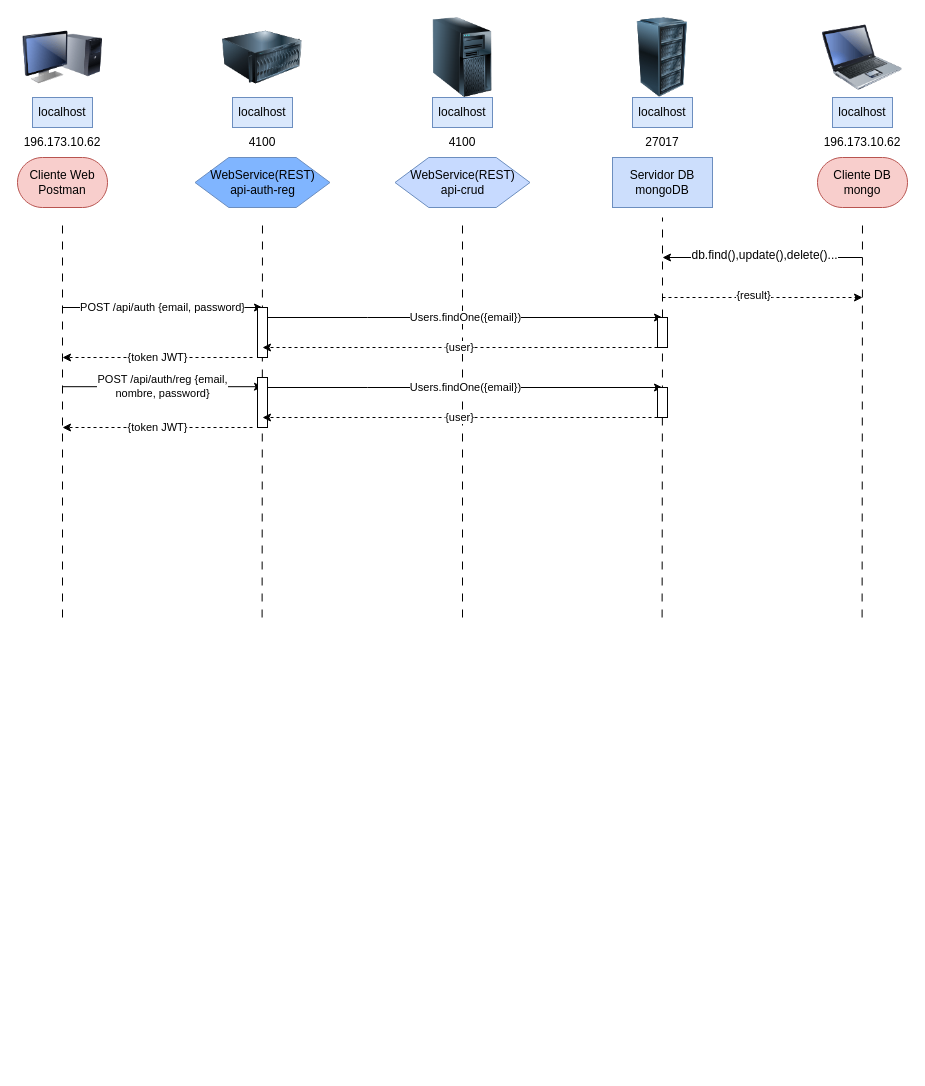
The draw.io diagram Diagrama de Secuencia.drawio in AceDen97/SD, before the edit. Source tidied: cells renumbered, new cells numbered last; positions are measured from the earlier drawing's top-left corner, leaving out a move shared by most shapes. Both pictures are drawn from the tidied source at 100%, with x=0, y=0 at pixel (17, 17).
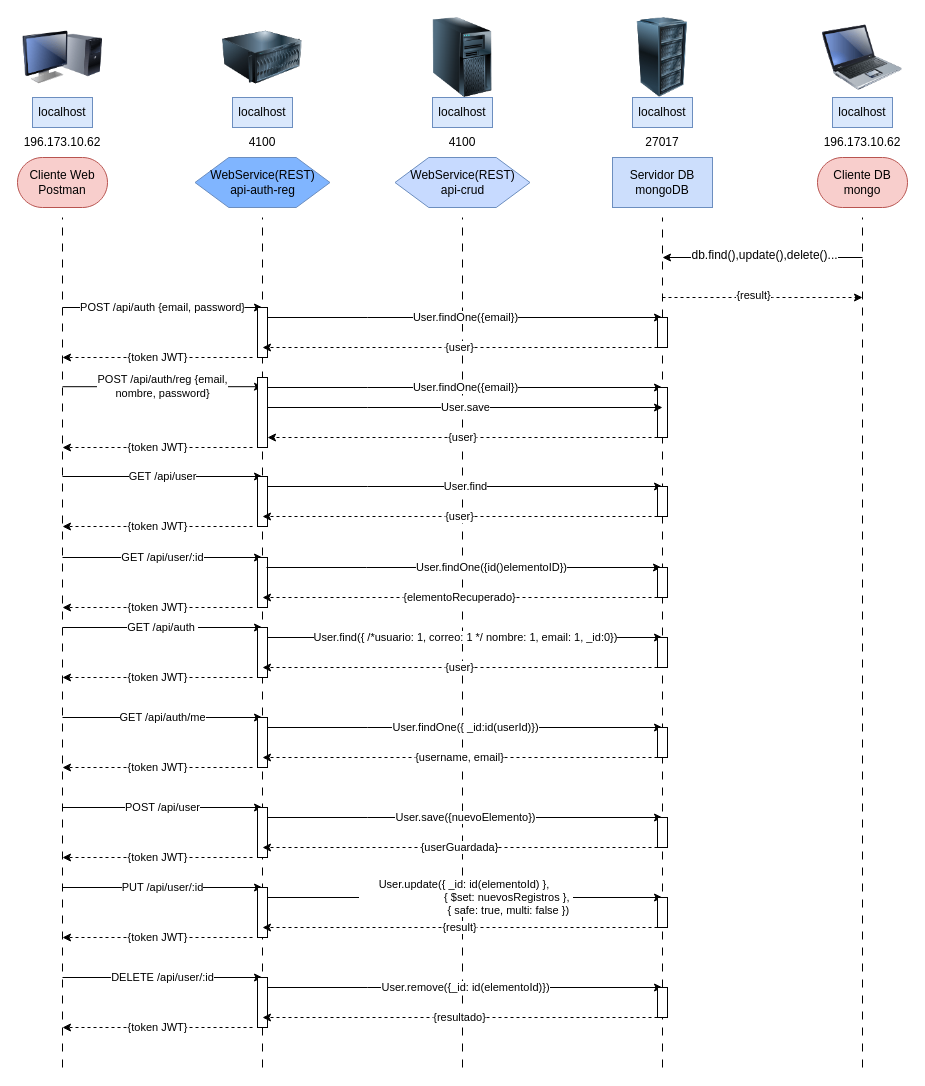
After the change.

Unchanged cells that the change refers to:
```xml
<mxCell id="35" style="rounded=0;whiteSpace=wrap;html=1;" parent="1" vertex="1">
  <mxGeometry x="640" y="300" width="10" height="30" as="geometry" />
</mxCell>
```

The edit, as a diff of the source:
```diff
@@
     <mxCell id="7" style="endArrow=none;dashed=1;html=1;rounded=0;dashPattern=8 8;" parent="1" edge="1">
       <mxGeometry relative="1" as="geometry">
-        <mxPoint x="45" y="600" as="sourcePoint" />
+        <mxPoint x="45" y="1050" as="sourcePoint" />
         <mxPoint x="45" y="200" as="targetPoint" />
       </mxGeometry>
     </mxCell>
     <mxCell id="8" style="endArrow=none;dashed=1;html=1;rounded=0;dashPattern=8 8;" parent="1" edge="1">
       <mxGeometry relative="1" as="geometry">
-        <mxPoint x="244.6" y="600" as="sourcePoint" />
+        <mxPoint x="245" y="1050" as="sourcePoint" />
         <mxPoint x="245" y="200" as="targetPoint" />
       </mxGeometry>
     </mxCell>
     <mxCell id="9" style="endArrow=none;dashed=1;html=1;rounded=0;dashPattern=8 8;" parent="1" edge="1">
       <mxGeometry relative="1" as="geometry">
-        <mxPoint x="445" y="600" as="sourcePoint" />
+        <mxPoint x="445" y="1050" as="sourcePoint" />
         <mxPoint x="445" y="200" as="targetPoint" />
       </mxGeometry>
     </mxCell>
@@
     <mxCell id="11" style="endArrow=none;dashed=1;html=1;rounded=0;dashPattern=8 8;" parent="1" edge="1">
       <mxGeometry relative="1" as="geometry">
-        <mxPoint x="844.6" y="600" as="sourcePoint" />
+        <mxPoint x="845" y="1050" as="sourcePoint" />
         <mxPoint x="845" y="200" as="targetPoint" />
       </mxGeometry>
     </mxCell>
@@
-    <mxCell id="33" value="Users.findOne({email})" style="endArrow=classic;html=1;rounded=0;" parent="1" edge="1">
+    <mxCell id="33" value="User.findOne({email})" style="endArrow=classic;html=1;rounded=0;" parent="1" edge="1">
       <mxGeometry relative="1" as="geometry">
         <mxPoint x="250" y="300" as="sourcePoint" />
         <mxPoint x="645" y="300" as="targetPoint" />
         <Array as="points">
           <mxPoint x="350" y="300" />
         </Array>
       </mxGeometry>
     </mxCell>
     <mxCell id="34" style="endArrow=none;dashed=1;html=1;rounded=0;dashPattern=8 8;" parent="1" edge="1" target="35">
       <mxGeometry relative="1" as="geometry">
-        <mxPoint x="644.6" y="600" as="sourcePoint" />
+        <mxPoint x="645" y="1050" as="sourcePoint" />
       </mxGeometry>
     </mxCell>
@@
     <mxCell id="39" style="rounded=0;whiteSpace=wrap;html=1;" parent="1" vertex="1">
-      <mxGeometry x="240" y="360" width="10" height="50" as="geometry" />
+      <mxGeometry x="240" y="360" width="10" height="70" as="geometry" />
     </mxCell>
-    <mxCell id="40" value="Users.findOne({email})" style="endArrow=classic;html=1;rounded=0;" parent="1" edge="1">
+    <mxCell id="40" value="User.findOne({email})" style="endArrow=classic;html=1;rounded=0;" parent="1" edge="1">
       <mxGeometry relative="1" as="geometry">
         <mxPoint x="250" y="370" as="sourcePoint" />
         <mxPoint x="645" y="370" as="targetPoint" />
         <Array as="points">
           <mxPoint x="350" y="370" />
         </Array>
       </mxGeometry>
     </mxCell>
     <mxCell id="41" style="rounded=0;whiteSpace=wrap;html=1;" parent="1" vertex="1">
-      <mxGeometry x="640" y="370" width="10" height="30" as="geometry" />
+      <mxGeometry x="640" y="370" width="10" height="50" as="geometry" />
     </mxCell>
-    <mxCell id="42" value="{user}" style="endArrow=classic;html=1;rounded=0;exitX=0;exitY=1;exitDx=0;exitDy=0;dashed=1;" parent="1" edge="1" source="41">
+    <mxCell id="42" value="{user}" style="endArrow=classic;html=1;rounded=0;dashed=1;exitX=0;exitY=1;exitDx=0;exitDy=0;" parent="1" edge="1" source="41">
       <mxGeometry relative="1" as="geometry">
-        <mxPoint x="245" y="400" as="targetPoint" />
+        <mxPoint x="250" y="420" as="targetPoint" />
+        <Array as="points">
+          <mxPoint x="520" y="420" />
+        </Array>
       </mxGeometry>
     </mxCell>
     <mxCell id="43" value="{token JWT}" style="endArrow=classic;html=1;rounded=0;dashed=1;" parent="1" edge="1">
       <mxGeometry relative="1" as="geometry">
-        <mxPoint x="235" y="410" as="sourcePoint" />
-        <mxPoint x="45" y="410" as="targetPoint" />
+        <mxPoint x="235" y="430" as="sourcePoint" />
+        <mxPoint x="45" y="430" as="targetPoint" />
       </mxGeometry>
     </mxCell>
+    <mxCell id="44" value="User.save" style="endArrow=classic;html=1;rounded=0;" parent="1" edge="1">
+      <mxGeometry relative="1" as="geometry">
+        <mxPoint x="250" y="390" as="sourcePoint" />
+        <mxPoint x="645" y="390" as="targetPoint" />
+        <Array as="points">
+          <mxPoint x="350" y="390" />
+        </Array>
+      </mxGeometry>
+    </mxCell>
+    <mxCell id="45" value="GET /api/user" style="endArrow=classic;html=1;rounded=0;" parent="1" edge="1">
+      <mxGeometry relative="1" as="geometry">
+        <mxPoint x="45" y="459" as="sourcePoint" />
+        <mxPoint x="245" y="459" as="targetPoint" />
+        <Array as="points">
+          <mxPoint x="145" y="459" />
+        </Array>
+      </mxGeometry>
+    </mxCell>
+    <mxCell id="46" style="rounded=0;whiteSpace=wrap;html=1;" parent="1" vertex="1">
+      <mxGeometry x="240" y="459" width="10" height="50" as="geometry" />
+    </mxCell>
+    <mxCell id="47" value="User.find" style="endArrow=classic;html=1;rounded=0;" parent="1" edge="1">
+      <mxGeometry relative="1" as="geometry">
+        <mxPoint x="250" y="469" as="sourcePoint" />
+        <mxPoint x="645" y="469" as="targetPoint" />
+        <Array as="points">
+          <mxPoint x="350" y="469" />
+        </Array>
+      </mxGeometry>
+    </mxCell>
+    <mxCell id="48" style="rounded=0;whiteSpace=wrap;html=1;" parent="1" vertex="1">
+      <mxGeometry x="640" y="469" width="10" height="30" as="geometry" />
+    </mxCell>
+    <mxCell id="49" value="{user}" style="endArrow=classic;html=1;rounded=0;exitX=0;exitY=1;exitDx=0;exitDy=0;dashed=1;" parent="1" edge="1" source="48">
+      <mxGeometry relative="1" as="geometry">
+        <mxPoint x="245" y="499" as="targetPoint" />
+      </mxGeometry>
+    </mxCell>
+    <mxCell id="50" value="{token JWT}" style="endArrow=classic;html=1;rounded=0;dashed=1;" parent="1" edge="1">
+      <mxGeometry relative="1" as="geometry">
+        <mxPoint x="235" y="509" as="sourcePoint" />
+        <mxPoint x="45" y="509" as="targetPoint" />
+      </mxGeometry>
+    </mxCell>
+    <mxCell id="51" value="GET /api/user/:id" style="endArrow=classic;html=1;rounded=0;" parent="1" edge="1">
+      <mxGeometry relative="1" as="geometry">
+        <mxPoint x="45" y="540" as="sourcePoint" />
+        <mxPoint x="245" y="540" as="targetPoint" />
+        <Array as="points">
+          <mxPoint x="145" y="540" />
+        </Array>
+      </mxGeometry>
+    </mxCell>
+    <mxCell id="52" style="rounded=0;whiteSpace=wrap;html=1;" parent="1" vertex="1">
+      <mxGeometry x="240" y="540" width="10" height="50" as="geometry" />
+    </mxCell>
+    <mxCell id="53" value="User.findOne({id()elementoID})" style="endArrow=classic;html=1;rounded=0;" parent="1" edge="1">
+      <mxGeometry x="0.14" relative="1" as="geometry">
+        <mxPoint x="249" y="550" as="sourcePoint" />
+        <mxPoint x="644" y="550" as="targetPoint" />
+        <Array as="points">
+          <mxPoint x="349" y="550" />
+        </Array>
+      </mxGeometry>
+    </mxCell>
+    <mxCell id="54" style="rounded=0;whiteSpace=wrap;html=1;" parent="1" vertex="1">
+      <mxGeometry x="640" y="550" width="10" height="30" as="geometry" />
+    </mxCell>
+    <mxCell id="55" value="{elementoRecuperado}" style="endArrow=classic;html=1;rounded=0;exitX=0;exitY=1;exitDx=0;exitDy=0;dashed=1;" parent="1" edge="1" source="54">
+      <mxGeometry relative="1" as="geometry">
+        <mxPoint x="245" y="580" as="targetPoint" />
+      </mxGeometry>
+    </mxCell>
+    <mxCell id="56" value="{token JWT}" style="endArrow=classic;html=1;rounded=0;dashed=1;" parent="1" edge="1">
+      <mxGeometry relative="1" as="geometry">
+        <mxPoint x="235" y="590" as="sourcePoint" />
+        <mxPoint x="45" y="590" as="targetPoint" />
+      </mxGeometry>
+    </mxCell>
+    <mxCell id="57" value="GET /api/auth&amp;nbsp;" style="endArrow=classic;html=1;rounded=0;" parent="1" edge="1">
+      <mxGeometry relative="1" as="geometry">
+        <mxPoint x="45" y="610" as="sourcePoint" />
+        <mxPoint x="245" y="610" as="targetPoint" />
+        <Array as="points">
+          <mxPoint x="145" y="610" />
+        </Array>
+      </mxGeometry>
+    </mxCell>
+    <mxCell id="58" style="rounded=0;whiteSpace=wrap;html=1;" parent="1" vertex="1">
+      <mxGeometry x="240" y="610" width="10" height="50" as="geometry" />
+    </mxCell>
+    <mxCell id="59" value="User.find({ /*usuario: 1, correo: 1 */ nombre: 1, email: 1, _id:0})" style="endArrow=classic;html=1;rounded=0;" parent="1" edge="1">
+      <mxGeometry relative="1" as="geometry">
+        <mxPoint x="250" y="620" as="sourcePoint" />
+        <mxPoint x="645" y="620" as="targetPoint" />
+        <Array as="points">
+          <mxPoint x="350" y="620" />
+        </Array>
+      </mxGeometry>
+    </mxCell>
+    <mxCell id="60" style="rounded=0;whiteSpace=wrap;html=1;" parent="1" vertex="1">
+      <mxGeometry x="640" y="620" width="10" height="30" as="geometry" />
+    </mxCell>
+    <mxCell id="61" value="{user}" style="endArrow=classic;html=1;rounded=0;exitX=0;exitY=1;exitDx=0;exitDy=0;dashed=1;" parent="1" edge="1" source="60">
+      <mxGeometry relative="1" as="geometry">
+        <mxPoint x="245" y="650" as="targetPoint" />
+      </mxGeometry>
+    </mxCell>
+    <mxCell id="62" value="{token JWT}" style="endArrow=classic;html=1;rounded=0;dashed=1;" parent="1" edge="1">
+      <mxGeometry relative="1" as="geometry">
+        <mxPoint x="235" y="660" as="sourcePoint" />
+        <mxPoint x="45" y="660" as="targetPoint" />
+      </mxGeometry>
+    </mxCell>
+    <mxCell id="63" value="GET /api/auth/me" style="endArrow=classic;html=1;rounded=0;" parent="1" edge="1">
+      <mxGeometry relative="1" as="geometry">
+        <mxPoint x="45" y="700" as="sourcePoint" />
+        <mxPoint x="245" y="700" as="targetPoint" />
+        <Array as="points">
+          <mxPoint x="145" y="700" />
+        </Array>
+      </mxGeometry>
+    </mxCell>
+    <mxCell id="64" style="rounded=0;whiteSpace=wrap;html=1;" parent="1" vertex="1">
+      <mxGeometry x="240" y="700" width="10" height="50" as="geometry" />
+    </mxCell>
+    <mxCell id="65" value="User.findOne({ _id:id(userId)})" style="endArrow=classic;html=1;rounded=0;" parent="1" edge="1">
+      <mxGeometry relative="1" as="geometry">
+        <mxPoint x="250" y="710" as="sourcePoint" />
+        <mxPoint x="645" y="710" as="targetPoint" />
+        <Array as="points">
+          <mxPoint x="350" y="710" />
+        </Array>
+      </mxGeometry>
+    </mxCell>
+    <mxCell id="66" style="rounded=0;whiteSpace=wrap;html=1;" parent="1" vertex="1">
+      <mxGeometry x="640" y="710" width="10" height="30" as="geometry" />
+    </mxCell>
+    <mxCell id="67" value="{username, email}" style="endArrow=classic;html=1;rounded=0;exitX=0;exitY=1;exitDx=0;exitDy=0;dashed=1;" parent="1" edge="1">
+      <mxGeometry relative="1" as="geometry">
+        <mxPoint x="640" y="740" as="sourcePoint" />
+        <mxPoint x="245" y="740" as="targetPoint" />
+      </mxGeometry>
+    </mxCell>
+    <mxCell id="68" value="{token JWT}" style="endArrow=classic;html=1;rounded=0;dashed=1;" parent="1" edge="1">
+      <mxGeometry relative="1" as="geometry">
+        <mxPoint x="235" y="750" as="sourcePoint" />
+        <mxPoint x="45" y="750" as="targetPoint" />
+      </mxGeometry>
+    </mxCell>
+    <mxCell id="69" value="POST /api/user" style="endArrow=classic;html=1;rounded=0;" parent="1" edge="1">
+      <mxGeometry relative="1" as="geometry">
+        <mxPoint x="45" y="790" as="sourcePoint" />
+        <mxPoint x="245" y="790" as="targetPoint" />
+        <Array as="points">
+          <mxPoint x="145" y="790" />
+        </Array>
+      </mxGeometry>
+    </mxCell>
+    <mxCell id="70" style="rounded=0;whiteSpace=wrap;html=1;" parent="1" vertex="1">
+      <mxGeometry x="240" y="790" width="10" height="50" as="geometry" />
+    </mxCell>
+    <mxCell id="71" value="User.save({nuevoElemento})" style="endArrow=classic;html=1;rounded=0;" parent="1" edge="1">
+      <mxGeometry relative="1" as="geometry">
+        <mxPoint x="250" y="800" as="sourcePoint" />
+        <mxPoint x="645" y="800" as="targetPoint" />
+        <Array as="points">
+          <mxPoint x="350" y="800" />
+        </Array>
+      </mxGeometry>
+    </mxCell>
+    <mxCell id="72" style="rounded=0;whiteSpace=wrap;html=1;" parent="1" vertex="1">
+      <mxGeometry x="640" y="800" width="10" height="30" as="geometry" />
+    </mxCell>
+    <mxCell id="73" value="{userGuardada}" style="endArrow=classic;html=1;rounded=0;exitX=0;exitY=1;exitDx=0;exitDy=0;dashed=1;" parent="1" edge="1" source="72">
+      <mxGeometry relative="1" as="geometry">
+        <mxPoint x="245" y="830" as="targetPoint" />
+      </mxGeometry>
+    </mxCell>
+    <mxCell id="74" value="{token JWT}" style="endArrow=classic;html=1;rounded=0;dashed=1;" parent="1" edge="1">
+      <mxGeometry relative="1" as="geometry">
+        <mxPoint x="235" y="840" as="sourcePoint" />
+        <mxPoint x="45" y="840" as="targetPoint" />
+      </mxGeometry>
+    </mxCell>
+    <mxCell id="75" value="PUT /api/user/:id" style="endArrow=classic;html=1;rounded=0;" parent="1" edge="1">
+      <mxGeometry relative="1" as="geometry">
+        <mxPoint x="45" y="870" as="sourcePoint" />
+        <mxPoint x="245" y="870" as="targetPoint" />
+        <Array as="points">
+          <mxPoint x="145" y="870" />
+        </Array>
+      </mxGeometry>
+    </mxCell>
+    <mxCell id="76" style="rounded=0;whiteSpace=wrap;html=1;" parent="1" vertex="1">
+      <mxGeometry x="240" y="870" width="10" height="50" as="geometry" />
+    </mxCell>
+    <mxCell id="77" value="User.update({ _id: id(elementoId) },&amp;nbsp;&lt;div&gt;&amp;nbsp; &amp;nbsp; &amp;nbsp; &amp;nbsp; &amp;nbsp; &amp;nbsp; &amp;nbsp; &amp;nbsp; &amp;nbsp; &amp;nbsp; &amp;nbsp; &amp;nbsp; &amp;nbsp; &amp;nbsp; { $set: nuevosRegistros },&amp;nbsp;&lt;/div&gt;&amp;nbsp; &amp;nbsp; &amp;nbsp; &amp;nbsp; &amp;nbsp; &amp;nbsp; &amp;nbsp; &amp;nbsp; &amp;nbsp; &amp;nbsp; &amp;nbsp; &amp;nbsp; &amp;nbsp; &amp;nbsp; { safe: true, multi: false })" style="endArrow=classic;html=1;rounded=0;" parent="1" edge="1">
+      <mxGeometry relative="1" as="geometry">
+        <mxPoint x="250" y="880" as="sourcePoint" />
+        <mxPoint x="645" y="880" as="targetPoint" />
+        <Array as="points">
+          <mxPoint x="350" y="880" />
+        </Array>
+      </mxGeometry>
+    </mxCell>
+    <mxCell id="78" style="rounded=0;whiteSpace=wrap;html=1;" parent="1" vertex="1">
+      <mxGeometry x="640" y="880" width="10" height="30" as="geometry" />
+    </mxCell>
+    <mxCell id="79" value="{result}" style="endArrow=classic;html=1;rounded=0;exitX=0;exitY=1;exitDx=0;exitDy=0;dashed=1;" parent="1" edge="1" source="78">
+      <mxGeometry relative="1" as="geometry">
+        <mxPoint x="245" y="910" as="targetPoint" />
+      </mxGeometry>
+    </mxCell>
+    <mxCell id="80" value="{token JWT}" style="endArrow=classic;html=1;rounded=0;dashed=1;" parent="1" edge="1">
+      <mxGeometry relative="1" as="geometry">
+        <mxPoint x="235" y="920" as="sourcePoint" />
+        <mxPoint x="45" y="920" as="targetPoint" />
+      </mxGeometry>
+    </mxCell>
+    <mxCell id="81" value="DELETE /api/user/:id" style="endArrow=classic;html=1;rounded=0;" parent="1" edge="1">
+      <mxGeometry relative="1" as="geometry">
+        <mxPoint x="45" y="960" as="sourcePoint" />
+        <mxPoint x="245" y="960" as="targetPoint" />
+        <Array as="points">
+          <mxPoint x="145" y="960" />
+        </Array>
+      </mxGeometry>
+    </mxCell>
+    <mxCell id="82" style="rounded=0;whiteSpace=wrap;html=1;" parent="1" vertex="1">
+      <mxGeometry x="240" y="960" width="10" height="50" as="geometry" />
+    </mxCell>
+    <mxCell id="83" value="User.remove({_id: id(elementoId)})" style="endArrow=classic;html=1;rounded=0;" parent="1" edge="1">
+      <mxGeometry relative="1" as="geometry">
+        <mxPoint x="250" y="970" as="sourcePoint" />
+        <mxPoint x="645" y="970" as="targetPoint" />
+        <Array as="points">
+          <mxPoint x="350" y="970" />
+        </Array>
+      </mxGeometry>
+    </mxCell>
+    <mxCell id="84" style="rounded=0;whiteSpace=wrap;html=1;" parent="1" vertex="1">
+      <mxGeometry x="640" y="970" width="10" height="30" as="geometry" />
+    </mxCell>
+    <mxCell id="85" value="{resultado}" style="endArrow=classic;html=1;rounded=0;exitX=0;exitY=1;exitDx=0;exitDy=0;dashed=1;" parent="1" edge="1">
+      <mxGeometry relative="1" as="geometry">
+        <mxPoint x="640" y="1000" as="sourcePoint" />
+        <mxPoint x="245" y="1000" as="targetPoint" />
+      </mxGeometry>
+    </mxCell>
+    <mxCell id="86" value="{token JWT}" style="endArrow=classic;html=1;rounded=0;dashed=1;" parent="1" edge="1">
+      <mxGeometry relative="1" as="geometry">
+        <mxPoint x="235" y="1010" as="sourcePoint" />
+        <mxPoint x="45" y="1010" as="targetPoint" />
+      </mxGeometry>
+    </mxCell>
```
